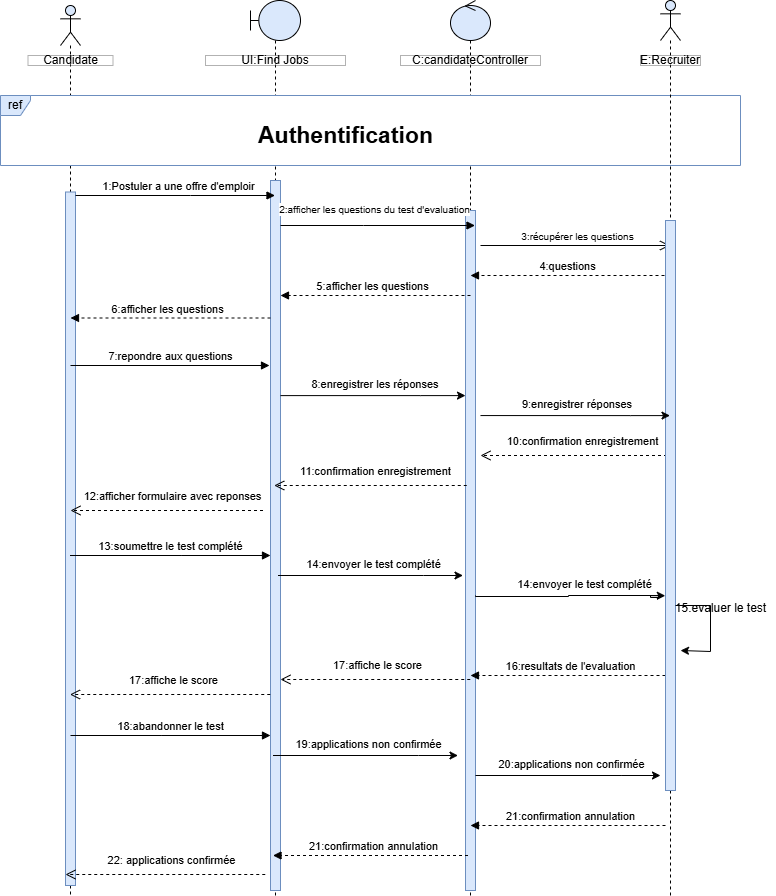
Before: Diagramme sequence Participer à des tests dévaluation.drawio.png, a diagram exported from draw.io (chirine1/-project). Source tidied: cells renumbered, new cells last; positions are measured from the earlier drawing's top-left corner, leaving out a move shared by most shapes.
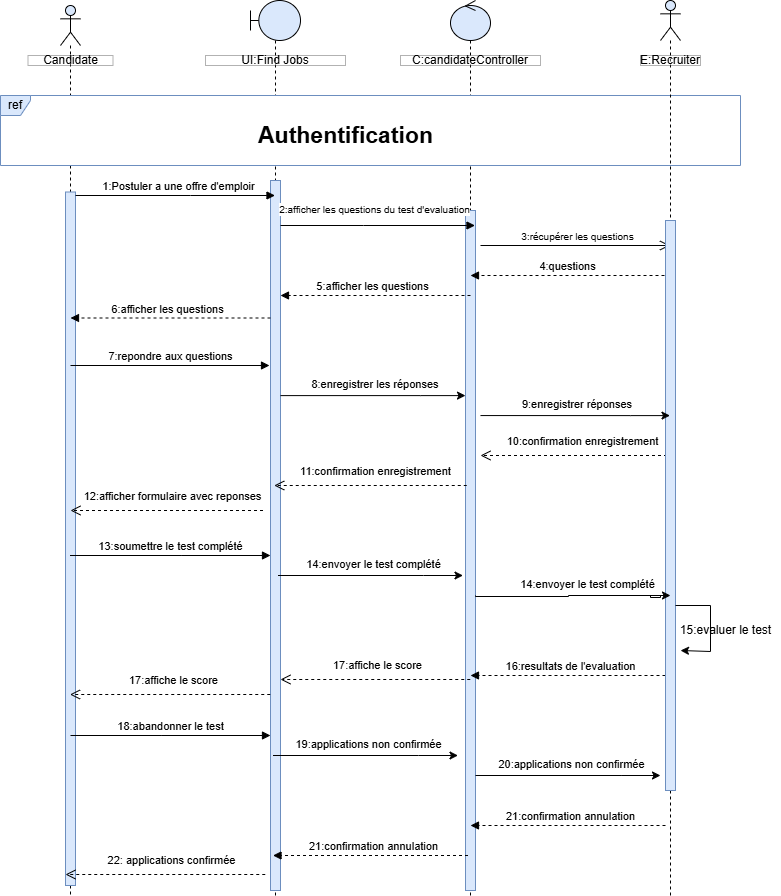
The same diagram one commit later.

Commit message:
Mettre à jour Diagramme sequence Participer à des tests dévaluation.drawio.png

Diff of the diagram source:
```diff
@@ -178,9 +178,10 @@
         <mxPoint x="70" y="510" as="targetPoint" />
       </mxGeometry>
     </mxCell>
-    <mxCell id="35" style="edgeStyle=orthogonalEdgeStyle;rounded=0;jettySize=auto;html=1;curved=0;entryX=-0.002;entryY=0.073;entryDx=0;entryDy=0;entryPerimeter=0;" parent="1" edge="1" target="37">
+    <mxCell id="35" style="edgeStyle=orthogonalEdgeStyle;rounded=0;orthogonalLoop=1;jettySize=auto;html=1;curved=0;" parent="1" edge="1">
       <mxGeometry relative="1" as="geometry">
         <mxPoint x="475" y="595" as="sourcePoint" />
+        <mxPoint x="670" y="595" as="targetPoint" />
         <Array as="points">
           <mxPoint x="475" y="596" />
           <mxPoint x="568" y="596" />
@@ -198,7 +199,7 @@
       </mxGeometry>
     </mxCell>
     <mxCell id="37" value="15:evaluer le test" style="text;html=1;align=center;verticalAlign=middle;points=[];strokeColor=none;fillColor=none;" parent="1" vertex="1">
-      <mxGeometry x="665" y="593" width="110" height="30" as="geometry" />
+      <mxGeometry x="670" y="615" width="110" height="30" as="geometry" />
     </mxCell>
     <mxCell id="38" value="&lt;div style=&quot;text-align: left;&quot;&gt;17:affiche le score&amp;nbsp;&amp;nbsp;&lt;/div&gt;" style="html=1;verticalAlign=bottom;endArrow=open;dashed=1;endSize=8;curved=0;rounded=0;" parent="1" edge="1" target="6">
       <mxGeometry x="-0.06" y="-5" relative="1" as="geometry">
```
